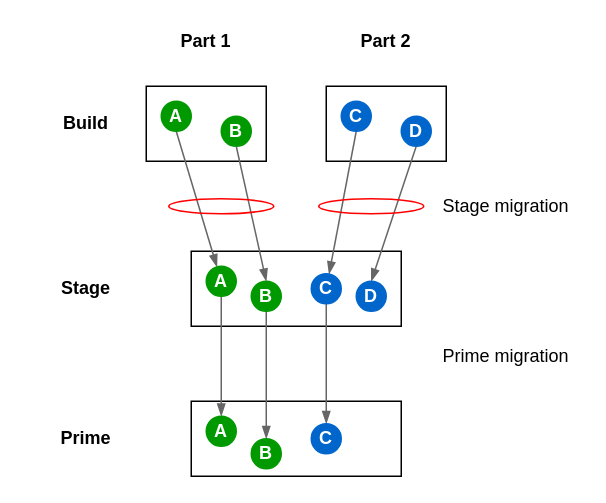
Above: docs/image-sources/simple_migration.drawio in canonical/craft-parts (draw.io), before the change. Source tidied: cells renumbered, new cells numbered last; positions are measured from the earlier drawing's top-left corner, leaving out a move shared by most shapes. Both pictures are drawn from the tidied source at 150%, with x=0, y=0 at pixel (26, 26).
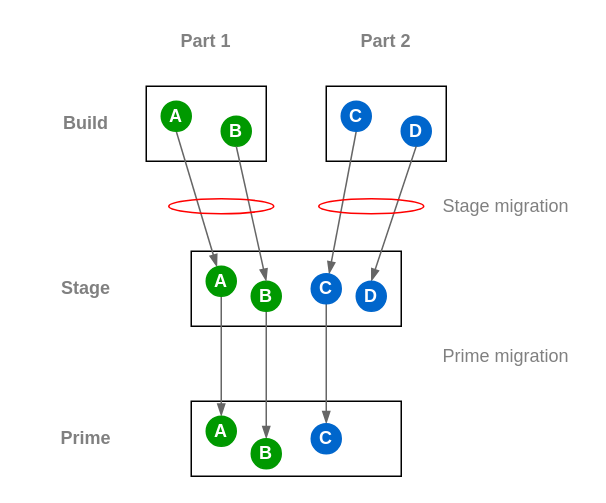
Above is the later version.

The edit, as a diff of the source:
```diff
@@
-    <mxCell id="2" value="&lt;b&gt;Build&lt;/b&gt;" style="rounded=0;whiteSpace=wrap;html=1;strokeColor=none;fillColor=none;" parent="1" vertex="1">
+    <mxCell id="2" value="&lt;b&gt;Build&lt;/b&gt;" style="rounded=0;whiteSpace=wrap;html=1;strokeColor=none;fillColor=none;fontColor=#808080;" parent="1" vertex="1">
       <mxGeometry y="55" width="80" height="20" as="geometry" />
     </mxCell>
@@
-    <mxCell id="7" value="&lt;b&gt;Part 1&lt;/b&gt;" style="rounded=0;whiteSpace=wrap;html=1;strokeColor=none;fillColor=none;" parent="1" vertex="1">
+    <mxCell id="7" value="&lt;b&gt;Part 1&lt;/b&gt;" style="rounded=0;whiteSpace=wrap;html=1;strokeColor=none;fillColor=none;fontColor=#808080;" parent="1" vertex="1">
       <mxGeometry x="80" width="80" height="20" as="geometry" />
     </mxCell>
-    <mxCell id="8" value="&lt;b&gt;Part 2&lt;/b&gt;" style="rounded=0;whiteSpace=wrap;html=1;strokeColor=none;fillColor=none;" parent="1" vertex="1">
+    <mxCell id="8" value="&lt;b&gt;Part 2&lt;/b&gt;" style="rounded=0;whiteSpace=wrap;html=1;strokeColor=none;fillColor=none;fontColor=#808080;" parent="1" vertex="1">
       <mxGeometry x="200" width="80" height="20" as="geometry" />
     </mxCell>
@@
-    <mxCell id="21" value="&lt;b&gt;Stage&lt;/b&gt;" style="rounded=0;whiteSpace=wrap;html=1;strokeColor=none;fillColor=none;" parent="1" vertex="1">
+    <mxCell id="21" value="&lt;b&gt;Stage&lt;/b&gt;" style="rounded=0;whiteSpace=wrap;html=1;strokeColor=none;fillColor=none;fontColor=#808080;" parent="1" vertex="1">
       <mxGeometry y="165" width="80" height="20" as="geometry" />
     </mxCell>
@@
-    <mxCell id="25" value="&lt;b&gt;Prime&lt;/b&gt;" style="rounded=0;whiteSpace=wrap;html=1;strokeColor=none;fillColor=none;" parent="1" vertex="1">
+    <mxCell id="25" value="&lt;b&gt;Prime&lt;/b&gt;" style="rounded=0;whiteSpace=wrap;html=1;strokeColor=none;fillColor=none;fontColor=#808080;" parent="1" vertex="1">
       <mxGeometry y="265" width="80" height="20" as="geometry" />
     </mxCell>
-    <mxCell id="26" value="Stage migration" style="rounded=0;whiteSpace=wrap;html=1;strokeColor=none;fillColor=none;" parent="1" vertex="1">
+    <mxCell id="26" value="Stage migration" style="rounded=0;whiteSpace=wrap;html=1;strokeColor=none;fillColor=none;fontColor=#808080;" parent="1" vertex="1">
       <mxGeometry x="270" y="110" width="100" height="20" as="geometry" />
     </mxCell>
-    <mxCell id="27" value="Prime migration" style="rounded=0;whiteSpace=wrap;html=1;strokeColor=none;fillColor=none;" parent="1" vertex="1">
+    <mxCell id="27" value="Prime migration" style="rounded=0;whiteSpace=wrap;html=1;strokeColor=none;fillColor=none;fontColor=#808080;" parent="1" vertex="1">
       <mxGeometry x="270" y="210" width="100" height="20" as="geometry" />
     </mxCell>
```
